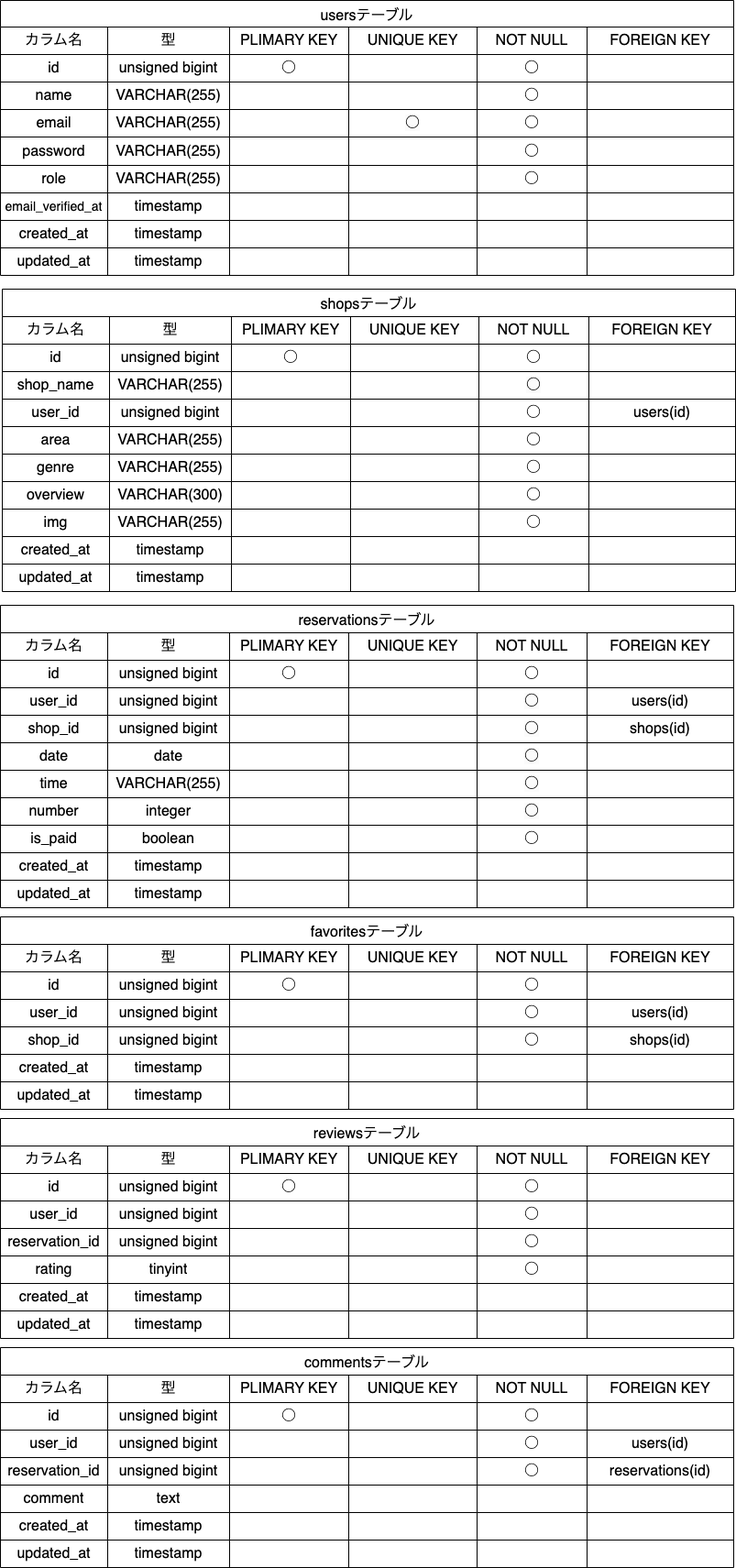
The draw.io diagram table.drawio.png in youhonami/Rese, before a commit. Source tidied: cells renumbered, new cells last; positions are measured from the earlier drawing's top-left corner, leaving out a move shared by most shapes.
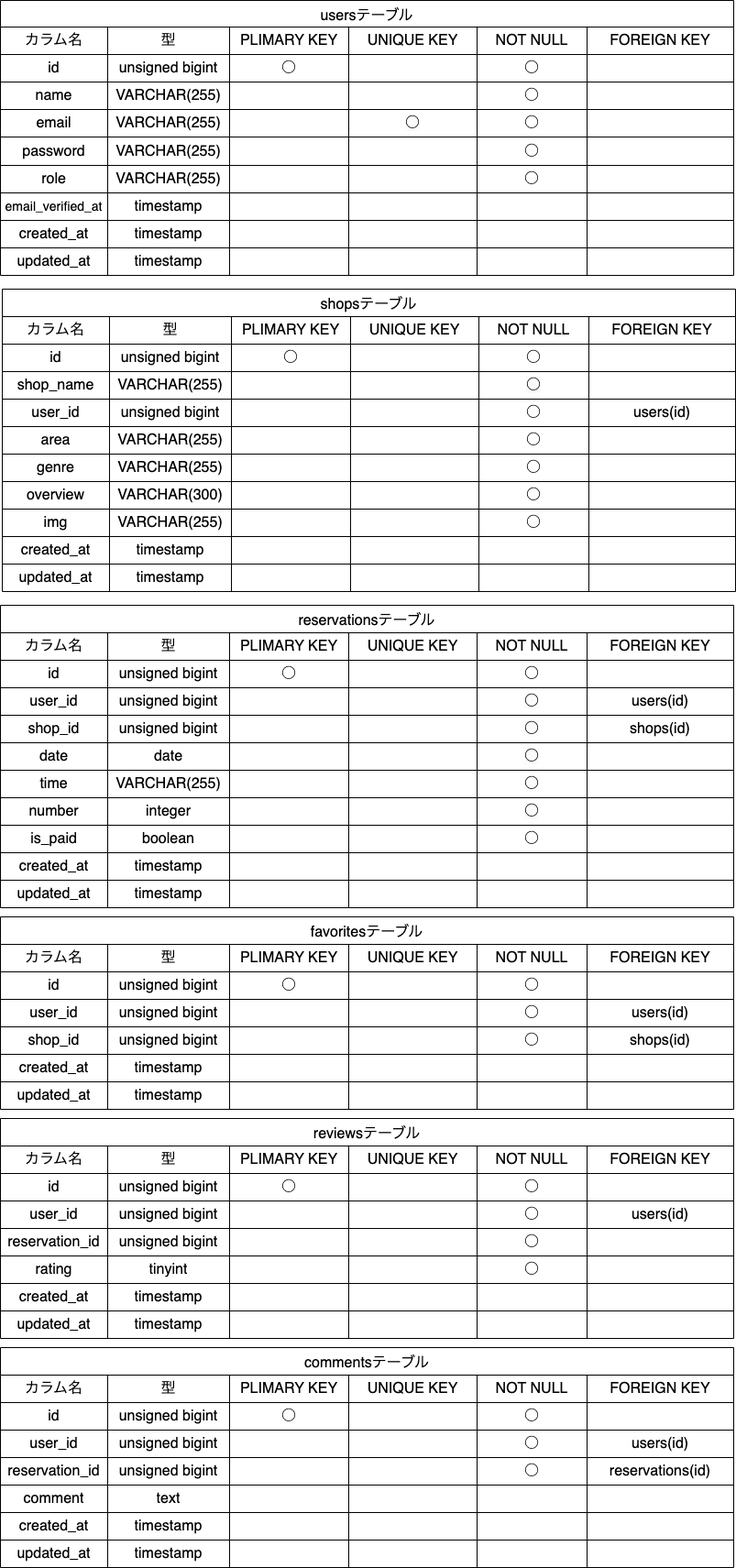
After the commit.

Diff of the diagram source:
```diff
@@ -812,7 +812,7 @@
     <mxCell id="271" value="&lt;span style=&quot;color: rgb(0, 0, 0);&quot;&gt;○&lt;/span&gt;" style="shape=partialRectangle;html=1;whiteSpace=wrap;strokeColor=inherit;overflow=hidden;fillColor=none;top=0;left=0;bottom=0;right=0;fontSize=16;" parent="266" vertex="1">
       <mxGeometry x="520" width="120" height="30" as="geometry" />
     </mxCell>
-    <mxCell id="272" style="shape=partialRectangle;html=1;whiteSpace=wrap;strokeColor=inherit;overflow=hidden;fillColor=none;top=0;left=0;bottom=0;right=0;fontSize=16;" parent="266" vertex="1">
+    <mxCell id="272" value="&lt;span style=&quot;color: rgb(0, 0, 0);&quot;&gt;users(id)&lt;/span&gt;" style="shape=partialRectangle;html=1;whiteSpace=wrap;strokeColor=inherit;overflow=hidden;fillColor=none;top=0;left=0;bottom=0;right=0;fontSize=16;" parent="266" vertex="1">
       <mxGeometry x="640" width="160" height="30" as="geometry" />
     </mxCell>
     <mxCell id="273" style="shape=tableRow;horizontal=0;startSize=0;swimlaneHead=0;swimlaneBody=0;strokeColor=inherit;top=0;left=0;bottom=0;right=0;fillColor=none;fontSize=16;" parent="251" vertex="1">
```
